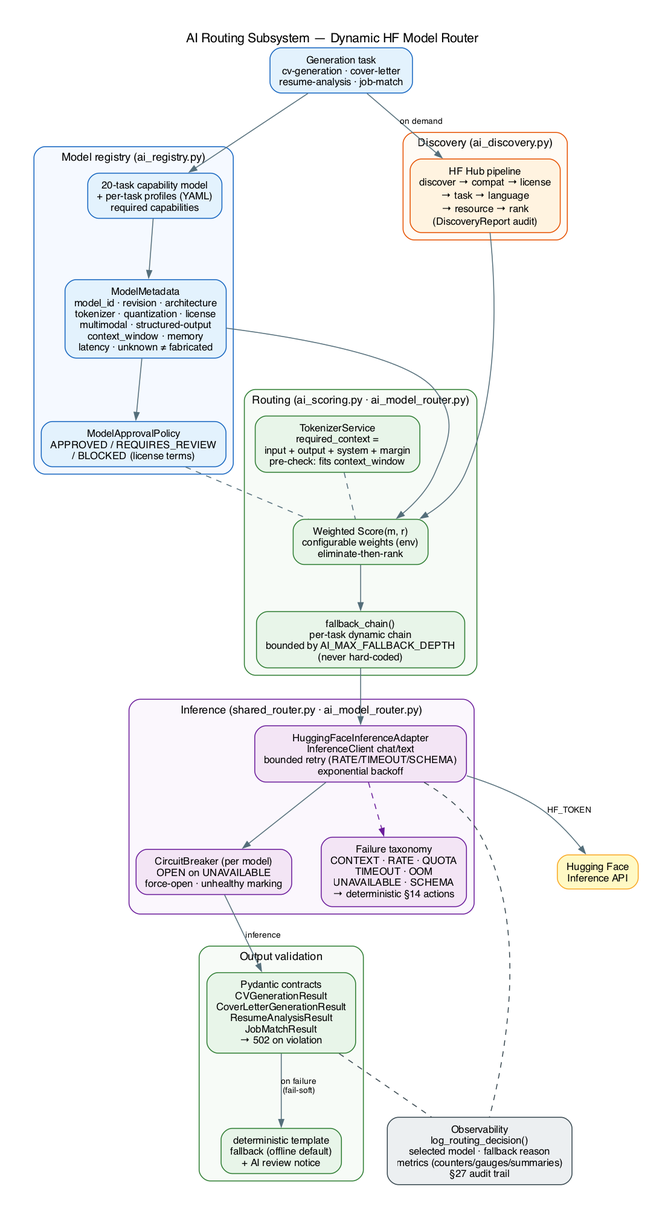
GuyKaptue/ai_career_assistant keeps this Graphviz diagram as docs/images/ai_routing_architecture.png. Above is the earlier version. Its source is kept beside it as docs/diagrams/ai_routing_architecture.dot.
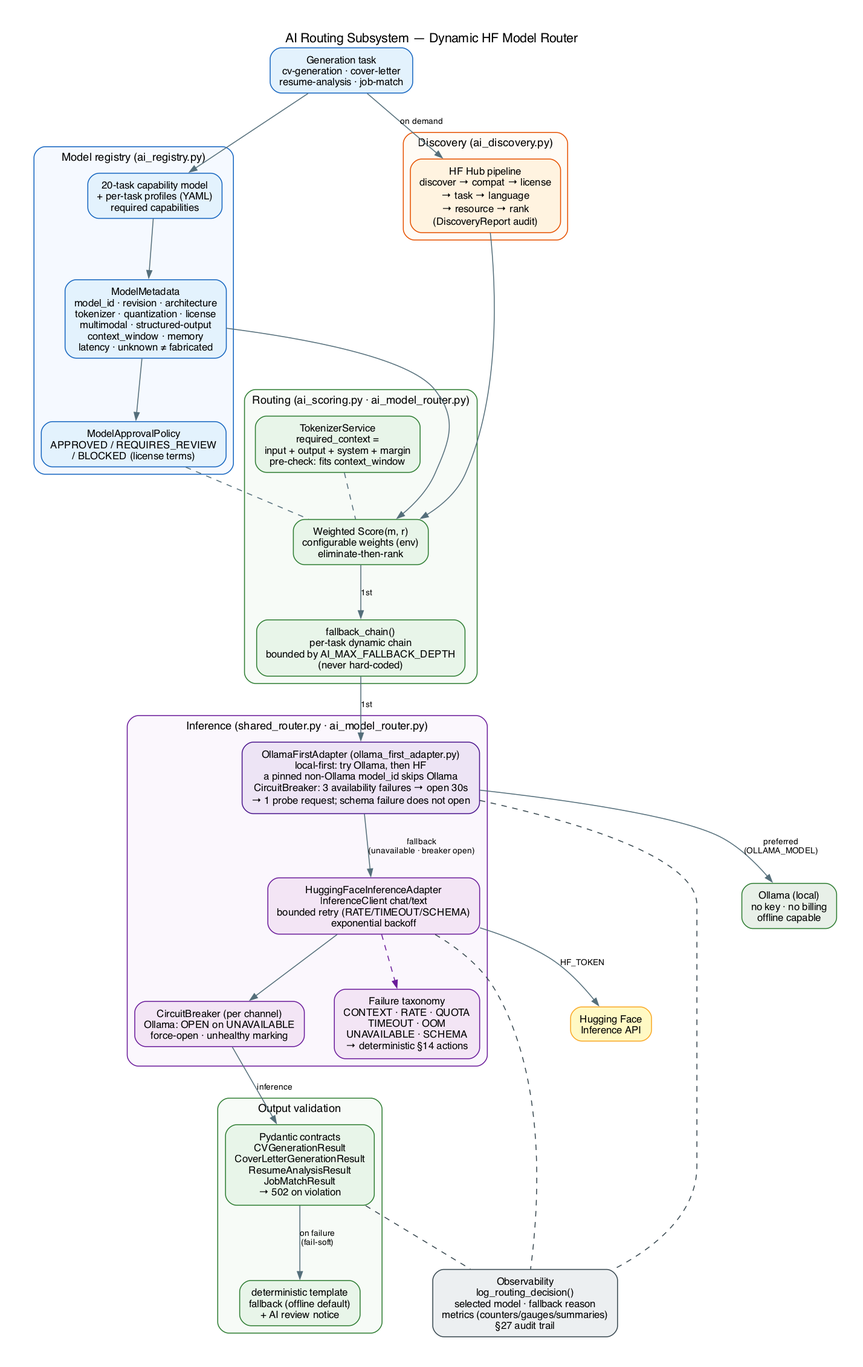
Above is the later version.

Diff of the diagram source:
```diff
@@ -30,8 +30,9 @@
   subgraph cluster_inference {
     label="Inference (shared_router.py · ai_model_router.py)";
     style="rounded,filled"; fillcolor="#FBF7FD"; color="#6A1B9A"; fontname="Helvetica"; fontsize=12;
+    ollama_first [label="OllamaFirstAdapter (ollama_first_adapter.py)\nlocal-first: try Ollama, then HF\na pinned non-Ollama model_id skips Ollama\nCircuitBreaker: 3 availability failures → open 30s\n→ 1 probe request; schema failure does not open", fillcolor="#EDE4F5", color="#4A148C"];
     adapter [label="HuggingFaceInferenceAdapter\nInferenceClient chat/text\nbounded retry (RATE/TIMEOUT/SCHEMA)\nexponential backoff", fillcolor="#F3E5F5", color="#6A1B9A"];
-    breaker [label="CircuitBreaker (per model)\nOPEN on UNAVAILABLE\nforce-open · unhealthy marking", fillcolor="#F3E5F5", color="#6A1B9A"];
+    breaker [label="CircuitBreaker (per channel)\nOllama: OPEN on UNAVAILABLE\nforce-open · unhealthy marking", fillcolor="#F3E5F5", color="#6A1B9A"];
     taxonomy [label="Failure taxonomy\nCONTEXT · RATE · QUOTA\nTIMEOUT · OOM\nUNAVAILABLE · SCHEMA\n→ deterministic §14 actions", fillcolor="#F3E5F5", color="#6A1B9A"];
   }
 
@@ -43,6 +44,7 @@
   }
 
   obs [label="Observability\nlog_routing_decision()\nselected model · fallback reason\nmetrics (counters/gauges/summaries)\n§27 audit trail", fillcolor="#ECEFF1", color="#37474F"];
+  ollama_host [label="Ollama (local)\nno key · no billing\noffline capable", fillcolor="#E8F0E8", color="#2E7D32"];
   hf [label="Hugging Face\nInference API", fillcolor="#FFF9C4", color="#F9A825"];
 
   task -> profiles -> metadata -> policy;
@@ -51,12 +53,15 @@
   metadata -> scoring;
   policy -> scoring [style=dashed, arrowhead=none];
   tokenizer -> scoring [style=dashed, arrowhead=none];
-  scoring -> fallback -> adapter;
+  scoring -> fallback -> ollama_first [label="1st"];
+  ollama_first -> ollama_host [label="preferred\n(OLLAMA_MODEL)"];
+  ollama_first -> adapter [label="fallback\n(unavailable · breaker open)"];
   adapter -> breaker;
   adapter -> taxonomy [style=dashed, color="#6A1B9A"];
   adapter -> hf [label="HF_TOKEN"];
   breaker -> contract [label="inference"];
   contract -> template_fb [label="on failure\n(fail-soft)"];
+  ollama_first -> obs [style=dashed, arrowhead=none, color="#37474F"];
   adapter -> obs [style=dashed, arrowhead=none, color="#37474F"];
   contract -> obs [style=dashed, arrowhead=none, color="#37474F"];
 }
```
